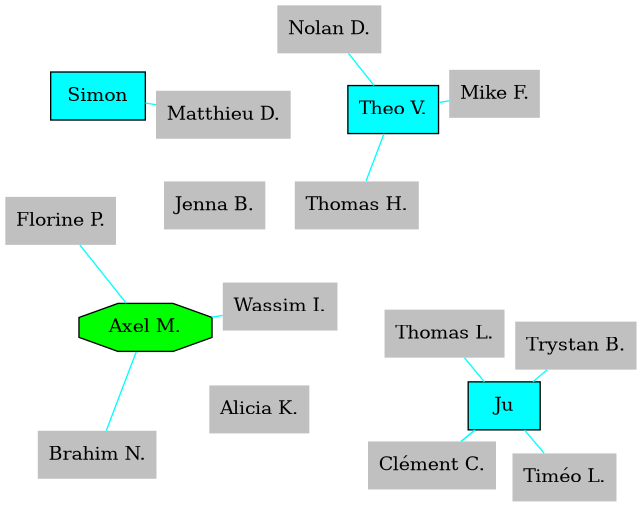
GuilhemRep/sauts keeps this Graphviz diagram as jumpers_STUDENT.dot.png. Above is the earlier version. Its source is kept beside it as jumpers_STUDENT.dot.
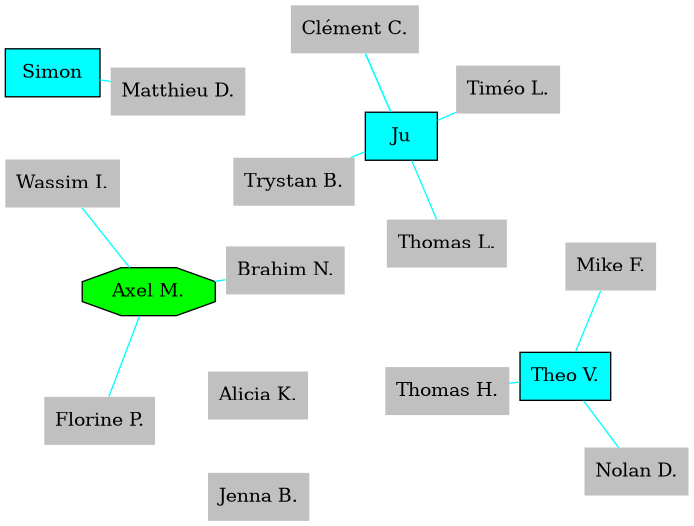
After the commit.

The edit, as a diff of the source:
```diff
@@ -1,22 +1,22 @@
 graph Jumpers {
 	graph [overlap=false ratio=1 size="15,15" splines=true]
+	"Axel M." [fillcolor=green shape=octagon style=filled]
 	" Simon " [fillcolor=cyan shape=rectangle style=filled]
+	"Alicia K." [fillcolor=gray shape=none style=filled]
+	"Thomas H." [fillcolor=gray shape=none style=filled]
+	"Theo V." [fillcolor=cyan shape=rectangle style=filled]
+	"Brahim N." [fillcolor=gray shape=none style=filled]
+	"Matthieu D." [fillcolor=gray shape=none style=filled]
+	"Nolan D." [fillcolor=gray shape=none style=filled]
+	"Trystan B." [fillcolor=gray shape=none style=filled]
+	" Ju " [fillcolor=cyan shape=rectangle style=filled]
+	"Florine P." [fillcolor=gray shape=none style=filled]
+	"Jenna B." [fillcolor=gray shape=none style=filled]
+	"Thomas L." [fillcolor=gray shape=none style=filled]
 	"Clément C." [fillcolor=gray shape=none style=filled]
 	"Timéo L." [fillcolor=gray shape=none style=filled]
-	"Jenna B." [fillcolor=gray shape=none style=filled]
-	"Axel M." [fillcolor=green shape=octagon style=filled]
 	"Wassim I." [fillcolor=gray shape=none style=filled]
-	"Theo V." [fillcolor=cyan shape=rectangle style=filled]
 	"Mike F." [fillcolor=gray shape=none style=filled]
-	"Brahim N." [fillcolor=gray shape=none style=filled]
-	" Ju " [fillcolor=cyan shape=rectangle style=filled]
-	"Thomas H." [fillcolor=gray shape=none style=filled]
-	"Matthieu D." [fillcolor=gray shape=none style=filled]
-	"Thomas L." [fillcolor=gray shape=none style=filled]
-	"Trystan B." [fillcolor=gray shape=none style=filled]
-	"Florine P." [fillcolor=gray shape=none style=filled]
-	"Alicia K." [fillcolor=gray shape=none style=filled]
-	"Nolan D." [fillcolor=gray shape=none style=filled]
 	" Ju " -- "Thomas L." [color=cyan len=1.5 penwidth=1.0]
 	"Mike F." -- "Theo V." [color=cyan len=1.5 penwidth=1.0]
 	" Ju " -- "Clément C." [color=cyan len=1.5 penwidth=1.2071067811865475]
```
